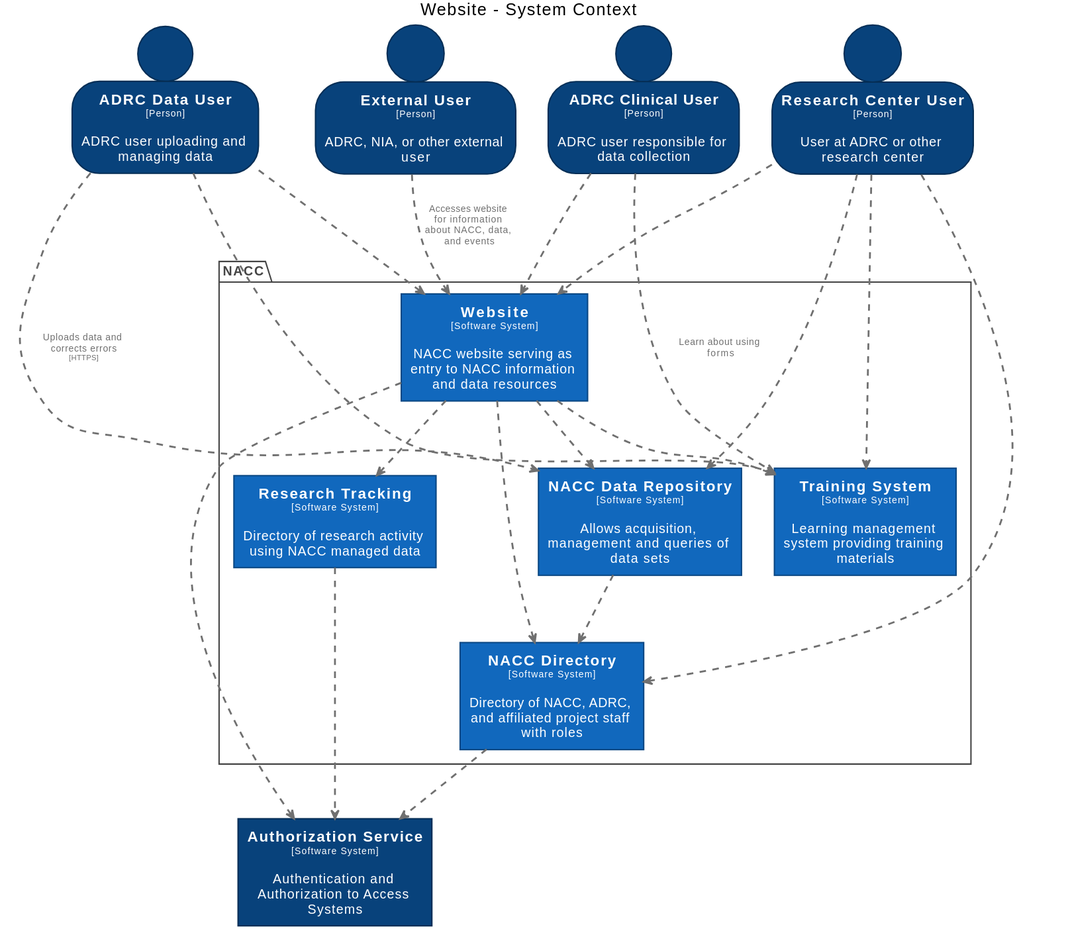
naccdata/system-design keeps this PlantUML diagram as docs/images/structurizr-WebsiteContext.svg. Above is the earlier version.
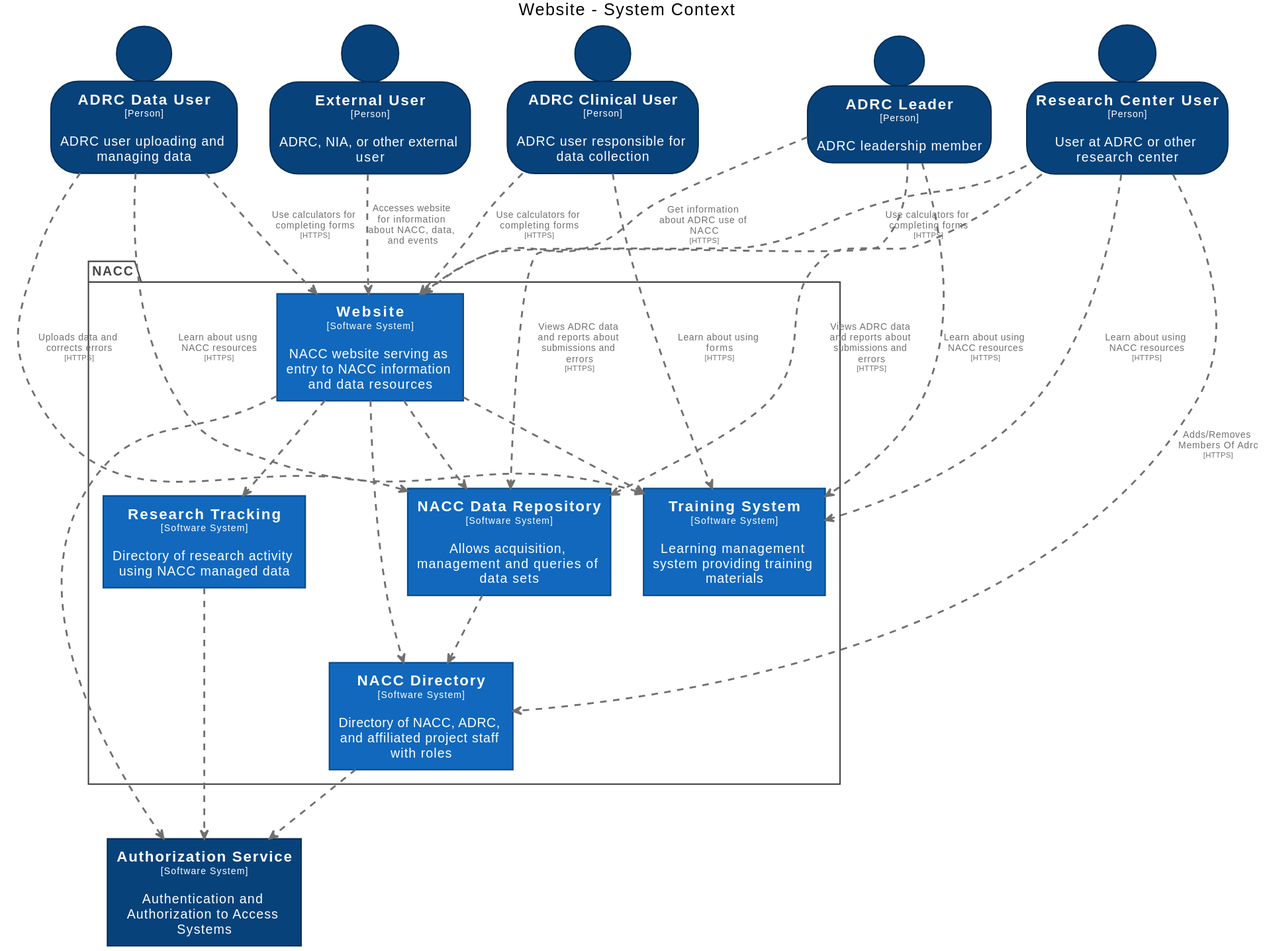
After the change.

Change to the diagram source:
```diff
@@ -19,6 +19,11 @@
   BorderColor #052e56
 }
 skinparam person<<ADRCDataUser>> {
+  BackgroundColor #08427b
+  FontColor #ffffff
+  BorderColor #052e56
+}
+skinparam person<<ADRCLeader>> {
   BackgroundColor #08427b
   FontColor #ffffff
   BorderColor #052e56
@@ -80,20 +85,24 @@
 person "==Research Center User\n<size:10>[Person]</size>\n\nUser at ADRC or other research center" <<ResearchCenterUser>> as ResearchCenterUser
 person "==ADRC Data User\n<size:10>[Person]</size>\n\nADRC user uploading and managing data" <<ADRCDataUser>> as ADRCDataUser
 person "==ADRC Clinical User\n<size:10>[Person]</size>\n\nADRC user responsible for data collection" <<ADRCClinicalUser>> as ADRCClinicalUser
+person "==ADRC Leader\n<size:10>[Person]</size>\n\nADRC leadership member" <<ADRCLeader>> as ADRCLeader
 
 Website .[#707070,thickness=2].> NACCDataRepository : "<color:#707070>"
 Website .[#707070,thickness=2].> NACCDirectory : "<color:#707070>"
 ExternalUser .[#707070,thickness=2].> Website : "<color:#707070>Accesses website for information about NACC, data, and events"
-ResearchCenterUser .[#707070,thickness=2].> Website : "<color:#707070>"
-ResearchCenterUser .[#707070,thickness=2].> NACCDirectory : "<color:#707070>"
-ResearchCenterUser .[#707070,thickness=2].> NACCDataRepository : "<color:#707070>"
-ResearchCenterUser .[#707070,thickness=2].> TrainingSystem : "<color:#707070>"
+ResearchCenterUser .[#707070,thickness=2].> Website : "<color:#707070>Use calculators for completing forms\n<color:#707070><size:8>[HTTPS]</size>"
+ResearchCenterUser .[#707070,thickness=2].> NACCDirectory : "<color:#707070>Adds/Removes Members Of Adrc\n<color:#707070><size:8>[HTTPS]</size>"
+ResearchCenterUser .[#707070,thickness=2].> NACCDataRepository : "<color:#707070>Views ADRC data and reports about submissions and errors\n<color:#707070><size:8>[HTTPS]</size>"
+ResearchCenterUser .[#707070,thickness=2].> TrainingSystem : "<color:#707070>Learn about using NACC resources\n<color:#707070><size:8>[HTTPS]</size>"
 ADRCDataUser .[#707070,thickness=2].> NACCDataRepository : "<color:#707070>Uploads data and corrects errors\n<color:#707070><size:8>[HTTPS]</size>"
-ADRCDataUser .[#707070,thickness=2].> Website : "<color:#707070>"
-ADRCDataUser .[#707070,thickness=2].> TrainingSystem : "<color:#707070>"
-ADRCClinicalUser .[#707070,thickness=2].> TrainingSystem : "<color:#707070>Learn about using forms"
-ADRCClinicalUser .[#707070,thickness=2].> Website : "<color:#707070>"
+ADRCDataUser .[#707070,thickness=2].> Website : "<color:#707070>Use calculators for completing forms\n<color:#707070><size:8>[HTTPS]</size>"
+ADRCDataUser .[#707070,thickness=2].> TrainingSystem : "<color:#707070>Learn about usng NACC resources\n<color:#707070><size:8>[HTTPS]</size>"
+ADRCClinicalUser .[#707070,thickness=2].> TrainingSystem : "<color:#707070>Learn about using forms\n<color:#707070><size:8>[HTTPS]</size>"
+ADRCClinicalUser .[#707070,thickness=2].> Website : "<color:#707070>Use calculators for completing forms\n<color:#707070><size:8>[HTTPS]</size>"
+ADRCLeader .[#707070,thickness=2].> Website : "<color:#707070>Get information about ADRC use of NACC\n<color:#707070><size:8>[HTTPS]</size>"
 NACCDataRepository .[#707070,thickness=2].> NACCDirectory : "<color:#707070>"
+ADRCLeader .[#707070,thickness=2].> NACCDataRepository : "<color:#707070>Views ADRC data and reports about submissions and errors\n<color:#707070><size:8>[HTTPS]</size>"
+ADRCLeader .[#707070,thickness=2].> TrainingSystem : "<color:#707070>Learn about using NACC resources\n<color:#707070><size:8>[HTTPS]</size>"
 NACCDirectory .[#707070,thickness=2].> AuthorizationService : "<color:#707070>"
 ResearchTracking .[#707070,thickness=2].> AuthorizationService : "<color:#707070>"
 Website .[#707070,thickness=2].> AuthorizationService : "<color:#707070>"
```
